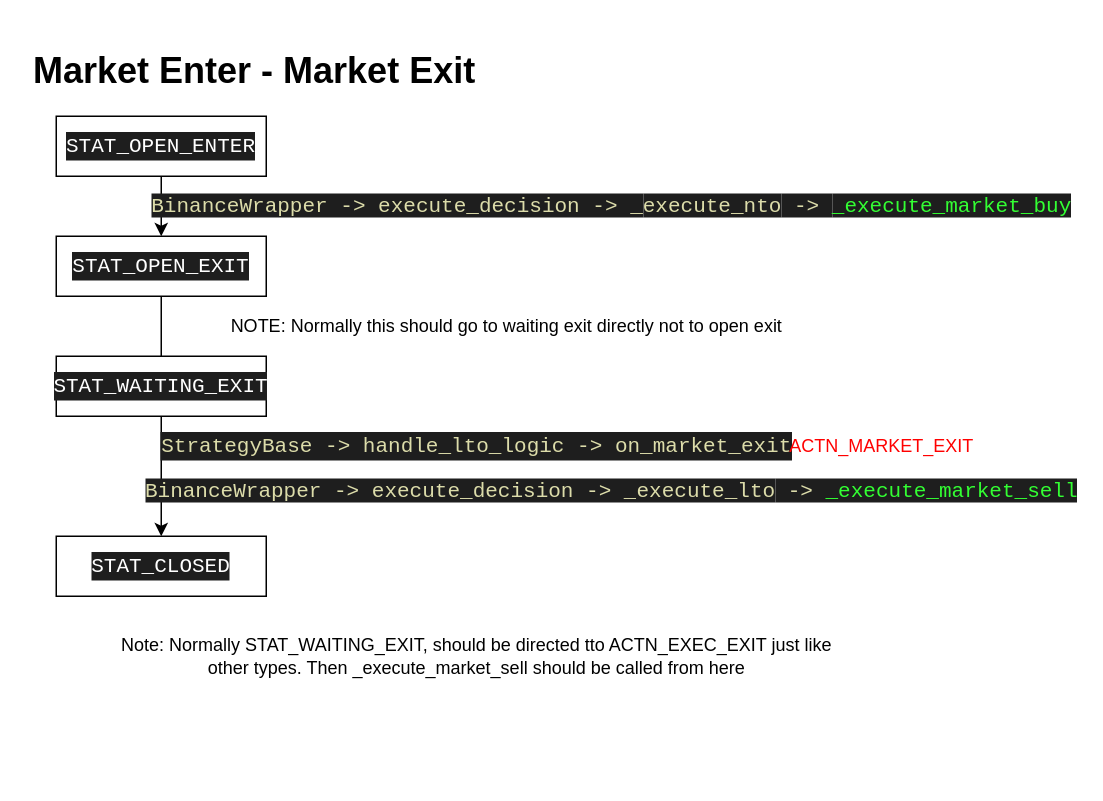
just-nilux/Icarus keeps this draw.io diagram as page "Market Enter- Market Exit" (2 of 2) of UML/flows/lto_state_flow.dio. Above is the earlier version. Source tidied: cells renumbered, new cells numbered last; positions are measured from the earlier drawing's top-left corner, leaving out a move shared by most shapes. Both pictures are drawn from the tidied source at 150%, with x=0, y=0 at pixel (26, 40).
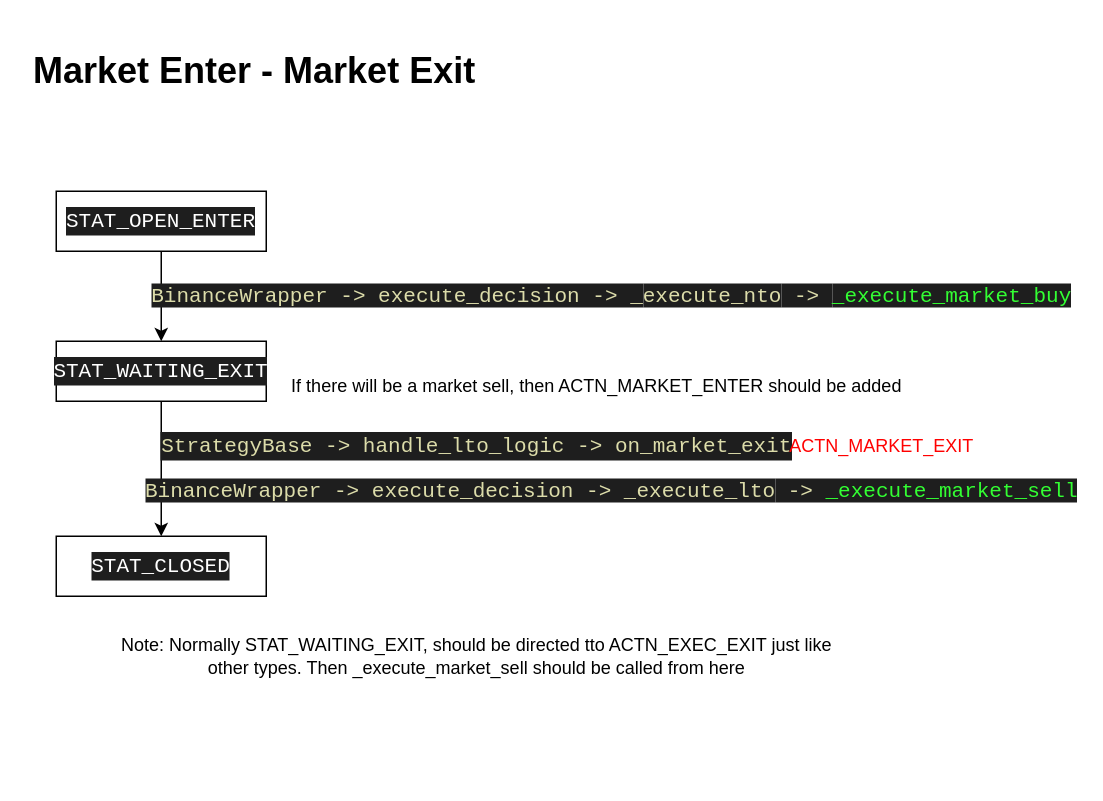
The same page after the edit.

Commit message (it also covers changes not shown here):
small adjustments on market enter/exit path

What changed in the source:
```diff
@@
 <mxGraphModel>
   <root>
     <mxCell id="0" />
     <mxCell id="1" parent="0" />
     <mxCell id="2" value="&lt;h1&gt;&lt;font style=&quot;font-size: 24px&quot;&gt;Market Enter -&amp;nbsp;&lt;/font&gt;Market Exit&lt;/h1&gt;" style="text;html=1;strokeColor=none;fillColor=none;spacing=5;spacingTop=-20;whiteSpace=wrap;overflow=hidden;rounded=0;" parent="1" vertex="1">
       <mxGeometry width="310" height="40" as="geometry" />
     </mxCell>
+    <mxCell id="16" style="edgeStyle=none;html=1;exitX=0.5;exitY=1;exitDx=0;exitDy=0;" parent="1" edge="1" source="3" target="8">
+      <mxGeometry relative="1" as="geometry" />
+    </mxCell>
     <mxCell id="3" value="&lt;div style=&quot;background-color: rgb(30 , 30 , 30) ; font-family: &amp;#34;consolas&amp;#34; , &amp;#34;courier new&amp;#34; , monospace ; font-size: 14px ; line-height: 19px&quot;&gt;&lt;font color=&quot;#ffffff&quot;&gt;STAT_OPEN_ENTER&lt;/font&gt;&lt;/div&gt;" style="rounded=0;whiteSpace=wrap;html=1;" parent="1" vertex="1">
-      <mxGeometry x="20" y="50" width="140" height="40" as="geometry" />
+      <mxGeometry x="20" y="100" width="140" height="40" as="geometry" />
     </mxCell>
     <mxCell id="4" value="&lt;div style=&quot;background-color: rgb(30 , 30 , 30) ; font-family: &amp;#34;consolas&amp;#34; , &amp;#34;courier new&amp;#34; , monospace ; font-size: 14px ; line-height: 19px&quot;&gt;&lt;font color=&quot;#ffffff&quot;&gt;STAT_CLOSED&lt;/font&gt;&lt;/div&gt;" style="rounded=0;whiteSpace=wrap;html=1;" parent="1" vertex="1">
       <mxGeometry x="20" y="330" width="140" height="40" as="geometry" />
     </mxCell>
-    <mxCell id="5" style="edgeStyle=none;html=1;" parent="1" edge="1" source="6" target="4">
-      <mxGeometry relative="1" as="geometry" />
-    </mxCell>
-    <mxCell id="6" value="&lt;div style=&quot;background-color: rgb(30 , 30 , 30) ; font-family: &amp;#34;consolas&amp;#34; , &amp;#34;courier new&amp;#34; , monospace ; font-size: 14px ; line-height: 19px&quot;&gt;&lt;font color=&quot;#ffffff&quot;&gt;STAT_OPEN_EXIT&lt;/font&gt;&lt;/div&gt;" style="rounded=0;whiteSpace=wrap;html=1;" parent="1" vertex="1">
-      <mxGeometry x="20" y="130" width="140" height="40" as="geometry" />
-    </mxCell>
-    <mxCell id="7" style="edgeStyle=none;html=1;exitX=0.5;exitY=1;exitDx=0;exitDy=0;" parent="1" edge="1" source="3" target="6">
-      <mxGeometry relative="1" as="geometry" />
-    </mxCell>
+    <mxCell id="17" style="edgeStyle=none;html=1;exitX=0.5;exitY=1;exitDx=0;exitDy=0;entryX=0.5;entryY=0;entryDx=0;entryDy=0;" parent="1" edge="1" source="8" target="4">
+      <mxGeometry relative="1" as="geometry" />
+    </mxCell>
     <mxCell id="8" value="&lt;div style=&quot;background-color: rgb(30 , 30 , 30) ; font-family: &amp;#34;consolas&amp;#34; , &amp;#34;courier new&amp;#34; , monospace ; font-size: 14px ; line-height: 19px&quot;&gt;&lt;font color=&quot;#ffffff&quot;&gt;STAT_WAITING_EXIT&lt;/font&gt;&lt;/div&gt;" style="rounded=0;whiteSpace=wrap;html=1;" parent="1" vertex="1">
-      <mxGeometry x="20" y="210" width="140" height="40" as="geometry" />
+      <mxGeometry x="20" y="200" width="140" height="40" as="geometry" />
     </mxCell>
     <mxCell id="9" value="&lt;div style=&quot;color: rgb(212 , 212 , 212) ; background-color: rgb(30 , 30 , 30) ; font-family: &amp;#34;consolas&amp;#34; , &amp;#34;courier new&amp;#34; , monospace ; font-size: 14px ; line-height: 19px&quot;&gt;&lt;span style=&quot;color: #dcdcaa&quot;&gt;StrategyBase -&amp;gt; handle_lto_logic -&amp;gt; on_market_exit&lt;/span&gt;&lt;/div&gt;" style="text;html=1;align=center;verticalAlign=middle;strokeColor=none;" parent="1" vertex="1">
       <mxGeometry x="100" y="260" width="400" height="20" as="geometry" />
     </mxCell>
-    <mxCell id="10" value="NOTE: Normally this should go to waiting exit directly not to open exit" style="text;html=1;align=center;verticalAlign=middle;strokeColor=none;" parent="1" vertex="1">
-      <mxGeometry x="130" y="180" width="380" height="20" as="geometry" />
-    </mxCell>
     <mxCell id="11" value="&lt;span style=&quot;color: rgb(220 , 220 , 170) ; font-family: &amp;#34;consolas&amp;#34; , &amp;#34;courier new&amp;#34; , monospace ; font-size: 14px ; background-color: rgb(30 , 30 , 30)&quot;&gt;BinanceWrapper -&amp;gt;&amp;nbsp;&lt;/span&gt;&lt;span style=&quot;color: rgb(220 , 220 , 170) ; background-color: rgb(30 , 30 , 30) ; font-family: &amp;#34;consolas&amp;#34; , &amp;#34;courier new&amp;#34; , monospace ; font-size: 14px&quot;&gt;execute_decision -&amp;gt; _&lt;/span&gt;&lt;span style=&quot;color: rgb(220 , 220 , 170) ; background-color: rgb(30 , 30 , 30) ; font-family: &amp;#34;consolas&amp;#34; , &amp;#34;courier new&amp;#34; , monospace ; font-size: 14px&quot;&gt;execute_nto&lt;/span&gt;&lt;span style=&quot;background-color: rgb(30 , 30 , 30) ; color: rgb(220 , 220 , 170) ; font-family: &amp;#34;consolas&amp;#34; , &amp;#34;courier new&amp;#34; , monospace ; font-size: 14px&quot;&gt;&amp;nbsp;-&amp;gt; &lt;/span&gt;&lt;span style=&quot;background-color: rgb(30 , 30 , 30) ; font-family: &amp;#34;consolas&amp;#34; , &amp;#34;courier new&amp;#34; , monospace ; font-size: 14px&quot;&gt;&lt;font color=&quot;#33ff33&quot;&gt;_execute_market_buy&lt;/font&gt;&lt;/span&gt;" style="text;html=1;align=center;verticalAlign=middle;strokeColor=none;" parent="1" vertex="1">
-      <mxGeometry x="100" y="100" width="580" height="20" as="geometry" />
+      <mxGeometry x="100" y="160" width="580" height="20" as="geometry" />
     </mxCell>
     <mxCell id="12" value="&lt;font color=&quot;#ff0000&quot;&gt;ACTN_MARKET_EXIT&lt;/font&gt;" style="text;html=1;align=center;verticalAlign=middle;strokeColor=none;" parent="1" vertex="1">
       <mxGeometry x="500" y="260" width="140" height="20" as="geometry" />
     </mxCell>
     <mxCell id="13" value="&lt;span style=&quot;color: rgb(220 , 220 , 170) ; font-family: &amp;#34;consolas&amp;#34; , &amp;#34;courier new&amp;#34; , monospace ; font-size: 14px ; background-color: rgb(30 , 30 , 30)&quot;&gt;BinanceWrapper -&amp;gt;&amp;nbsp;&lt;/span&gt;&lt;span style=&quot;color: rgb(220 , 220 , 170) ; background-color: rgb(30 , 30 , 30) ; font-family: &amp;#34;consolas&amp;#34; , &amp;#34;courier new&amp;#34; , monospace ; font-size: 14px&quot;&gt;execute_decision -&amp;gt; _&lt;/span&gt;&lt;span style=&quot;color: rgb(220 , 220 , 170) ; background-color: rgb(30 , 30 , 30) ; font-family: &amp;#34;consolas&amp;#34; , &amp;#34;courier new&amp;#34; , monospace ; font-size: 14px&quot;&gt;execute_lto&lt;/span&gt;&lt;span style=&quot;background-color: rgb(30 , 30 , 30) ; color: rgb(220 , 220 , 170) ; font-family: &amp;#34;consolas&amp;#34; , &amp;#34;courier new&amp;#34; , monospace ; font-size: 14px&quot;&gt;&amp;nbsp;-&amp;gt;&amp;nbsp;&lt;/span&gt;&lt;span style=&quot;color: rgb(51 , 255 , 51) ; font-family: &amp;#34;consolas&amp;#34; , &amp;#34;courier new&amp;#34; , monospace ; font-size: 14px ; background-color: rgb(30 , 30 , 30)&quot;&gt;_execute_market_sell&lt;/span&gt;" style="text;html=1;align=center;verticalAlign=middle;strokeColor=none;" parent="1" vertex="1">
       <mxGeometry x="100" y="290" width="580" height="20" as="geometry" />
     </mxCell>
     <mxCell id="14" value="&lt;div style=&quot;color: rgb(212 , 212 , 212) ; background-color: rgb(30 , 30 , 30) ; font-family: &amp;#34;consolas&amp;#34; , &amp;#34;courier new&amp;#34; , monospace ; font-weight: normal ; font-size: 14px ; line-height: 19px&quot;&gt;&lt;br&gt;&lt;/div&gt;" style="text;whiteSpace=wrap;html=1;" parent="1" vertex="1">
       <mxGeometry x="70" y="460" width="130" height="30" as="geometry" />
     </mxCell>
     <mxCell id="15" value="Note: Normally STAT_WAITING_EXIT, should be directed tto ACTN_EXEC_EXIT just like &lt;br&gt;other types. Then _execute_market_sell should be called from here" style="text;html=1;align=center;verticalAlign=middle;strokeColor=none;" parent="1" vertex="1">
       <mxGeometry x="55" y="395" width="490" height="30" as="geometry" />
     </mxCell>
+    <mxCell id="18" value="If there will be a market sell, then ACTN_MARKET_ENTER should be added" style="text;html=1;align=center;verticalAlign=middle;strokeColor=none;" parent="1" vertex="1">
+      <mxGeometry x="170" y="220" width="420" height="20" as="geometry" />
+    </mxCell>
   </root>
 </mxGraphModel>
```
